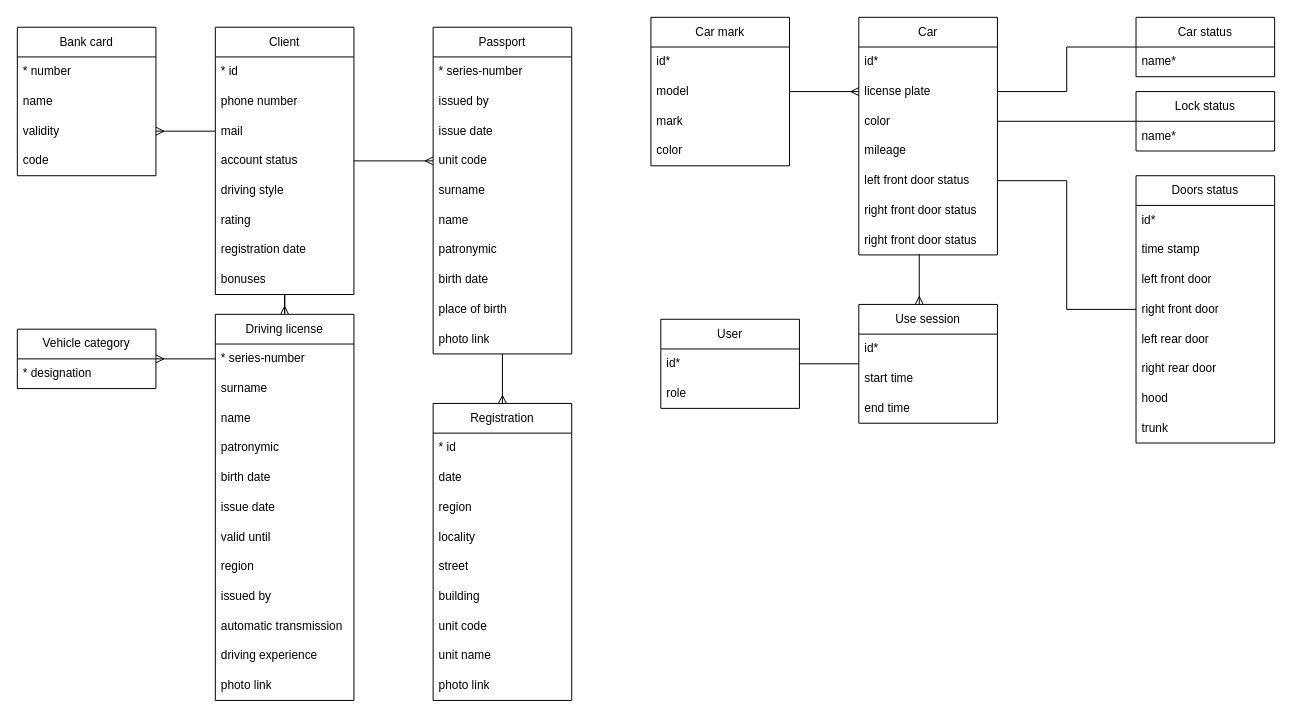
Earlier version of the draw.io diagram diagrams/relations.drawio (car-sharing-proto/client-db). Source tidied: cells renumbered, new cells numbered last; positions are measured from the earlier drawing's top-left corner, leaving out a move shared by most shapes. Both pictures are drawn from the tidied source at 99%, with x=0, y=0 at pixel (17, 17).
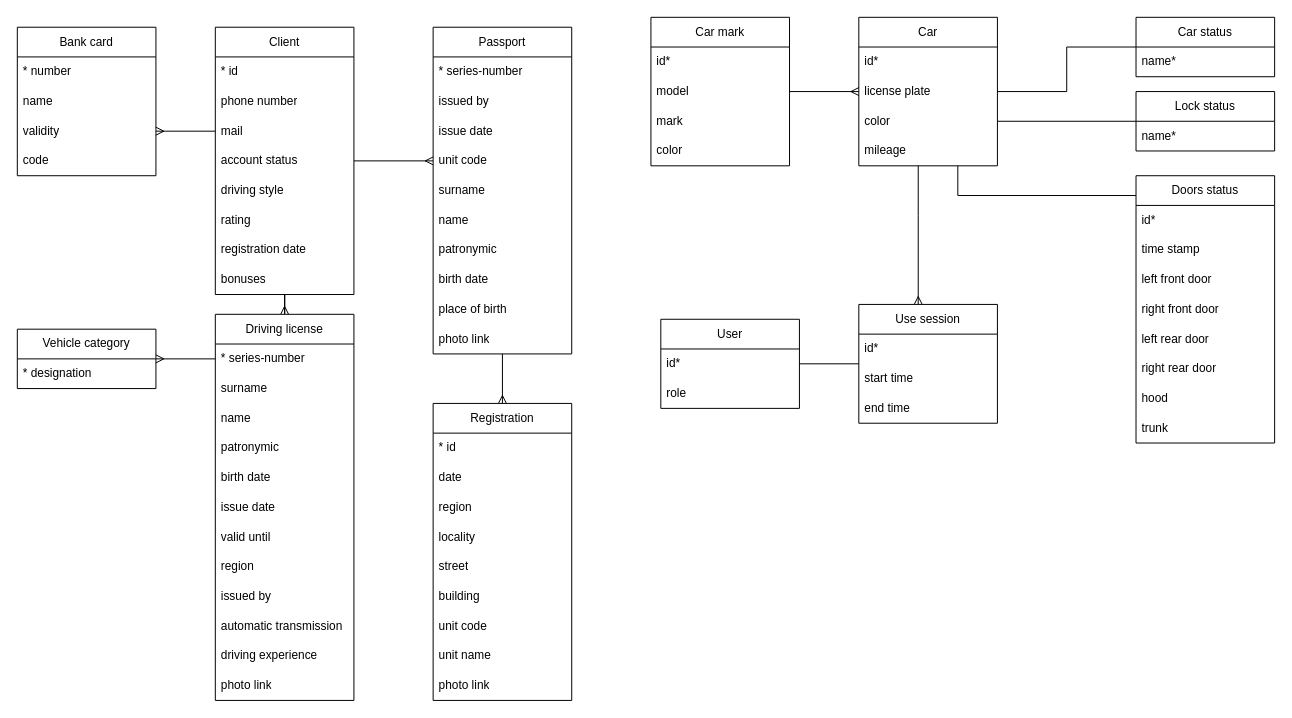
The same diagram, later.

The change refers to these unchanged cells:
```xml
<mxCell id="77" value="Doors status" style="swimlane;fontStyle=0;horizontal=1;startSize=30;whiteSpace=wrap;html=1;" parent="1" vertex="1">
  <mxGeometry x="1130" y="160" width="140" height="270" as="geometry" />
</mxCell>
<mxCell id="87" value="Use session" style="swimlane;fontStyle=0;horizontal=1;startSize=30;whiteSpace=wrap;html=1;" parent="1" vertex="1">
  <mxGeometry x="850" y="290" width="140" height="120" as="geometry" />
</mxCell>
```

Diff of the diagram source:
```diff
@@
     <mxCell id="57" value="Car" style="swimlane;fontStyle=0;horizontal=1;startSize=30;whiteSpace=wrap;html=1;" parent="1" vertex="1">
-      <mxGeometry x="850" width="140" height="240" as="geometry" />
+      <mxGeometry x="850" width="140" height="150" as="geometry" />
     </mxCell>
@@
-    <mxCell id="62" value="left front door status" style="text;strokeColor=none;fillColor=none;align=left;verticalAlign=middle;spacingLeft=4;spacingRight=4;overflow=hidden;points=[[0,0.5],[1,0.5]];portConstraint=eastwest;whiteSpace=wrap;html=1;" parent="57" vertex="1">
-      <mxGeometry y="150" width="140" height="30" as="geometry" />
-    </mxCell>
-    <mxCell id="63" value="right front door status" style="text;strokeColor=none;fillColor=none;align=left;verticalAlign=middle;spacingLeft=4;spacingRight=4;overflow=hidden;whiteSpace=wrap;html=1;" parent="57" vertex="1">
-      <mxGeometry y="180" width="140" height="30" as="geometry" />
-    </mxCell>
-    <mxCell id="64" value="right front door status" style="text;strokeColor=none;fillColor=none;align=left;verticalAlign=middle;spacingLeft=4;spacingRight=4;overflow=hidden;points=[[0,0.5],[1,0.5]];portConstraint=eastwest;whiteSpace=wrap;html=1;" parent="57" vertex="1">
-      <mxGeometry y="210" width="140" height="30" as="geometry" />
-    </mxCell>
@@
-    <mxCell id="86" style="edgeStyle=orthogonalEdgeStyle;rounded=0;jettySize=auto;html=1;endArrow=none;endFill=0;" parent="1" edge="1" source="62" target="77">
-      <mxGeometry relative="1" as="geometry" />
+    <mxCell id="86" style="edgeStyle=orthogonalEdgeStyle;rounded=0;jettySize=auto;html=1;endArrow=none;endFill=0;" parent="1" edge="1" source="57" target="77">
+      <mxGeometry relative="1" as="geometry">
+        <Array as="points">
+          <mxPoint x="950" y="180" />
+        </Array>
+      </mxGeometry>
     </mxCell>
@@
-    <mxCell id="95" style="edgeStyle=orthogonalEdgeStyle;rounded=0;jettySize=auto;html=1;entryX=0.436;entryY=0.972;entryDx=0;entryDy=0;entryPerimeter=0;endArrow=none;endFill=0;startArrow=ERmany;startFill=0;" parent="1" edge="1" source="87" target="64">
+    <mxCell id="95" style="edgeStyle=orthogonalEdgeStyle;rounded=0;jettySize=auto;html=1;endArrow=none;endFill=0;startArrow=ERmany;startFill=0;" parent="1" edge="1" source="87" target="57">
       <mxGeometry relative="1" as="geometry">
         <Array as="points">
-          <mxPoint x="910" y="239" />
+          <mxPoint x="910" y="200" />
+          <mxPoint x="910" y="200" />
         </Array>
       </mxGeometry>
     </mxCell>
```
